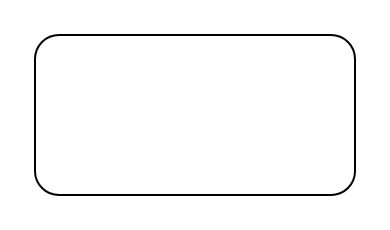
The draw.io diagram gamedraft.drawio in lmzq/newgame, before the edit. Source tidied: cells renumbered, new cells numbered last; positions are measured from the earlier drawing's top-left corner, leaving out a move shared by most shapes. Both pictures are drawn from the tidied source at 200%, with x=0, y=0 at pixel (34, 34).
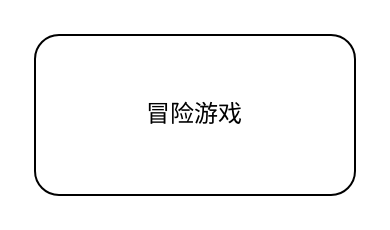
The same page after the edit.

The edit, as a diff of the source:
```diff
@@
 <mxGraphModel>
   <root>
     <mxCell id="0" />
     <mxCell id="1" parent="0" />
-    <mxCell id="2" style="rounded=1;whiteSpace=wrap;html=1;" parent="1" vertex="1">
+    <mxCell id="2" value="冒险游戏" style="rounded=1;whiteSpace=wrap;html=1;" parent="1" vertex="1">
       <mxGeometry width="160" height="80" as="geometry" />
     </mxCell>
   </root>
 </mxGraphModel>
```
